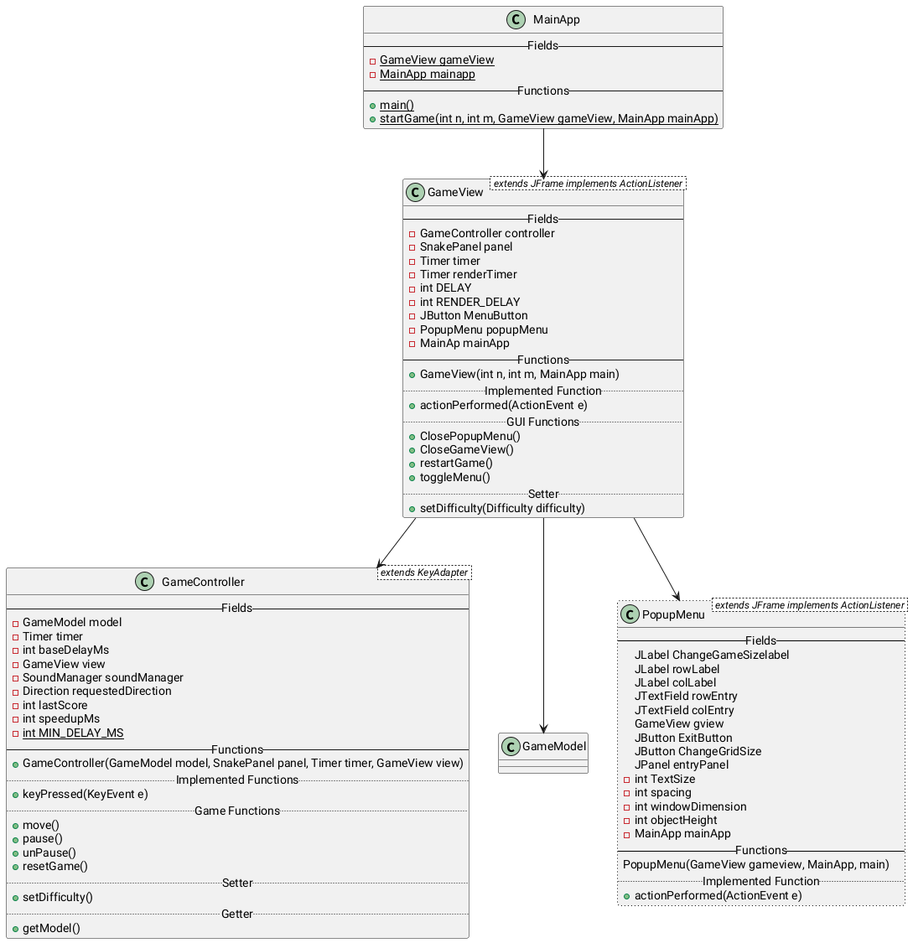
This is ClassDiagram.png from CamerJunker/Snake, a PlantUML export, as it was before one commit.
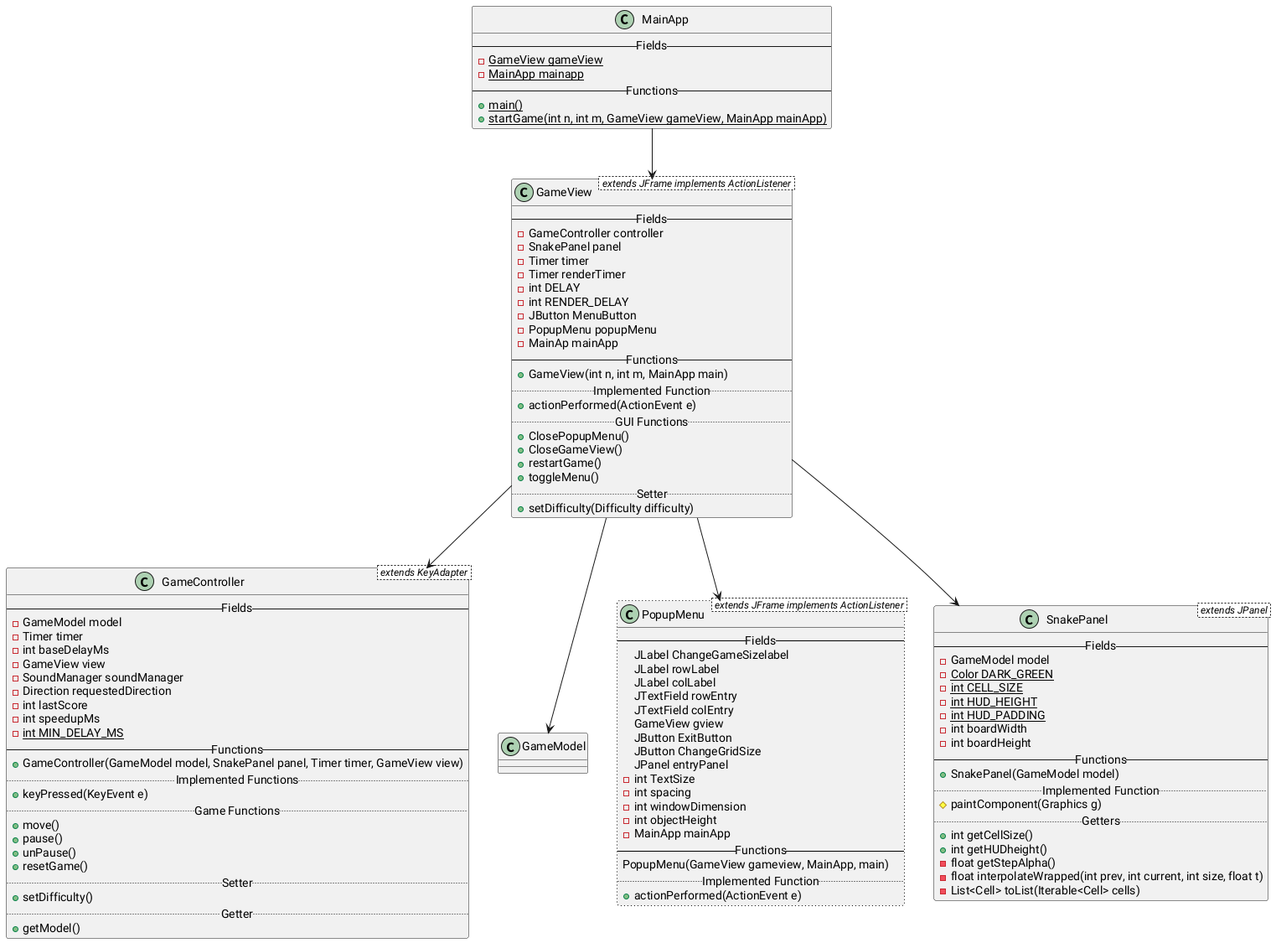
After the change.

Commit message:
Skrevet SnakePanel i ClassDiagram.txt

Diff of the diagram source:
```diff
@@ -3,6 +3,7 @@
 GameView --> GameController
 GameView --> GameModel
 GameView --> PopupMenu
+GameView --> SnakePanel
 
 class MainApp {
     -- Fields --
@@ -85,4 +86,24 @@
     +actionPerformed(ActionEvent e)
 }
 
+class SnakePanel < extends JPanel > {
+    -- Fields --
+    -GameModel model
+    -{static} Color DARK_GREEN
+    -{static} int CELL_SIZE
+    -{static} int HUD_HEIGHT
+    -{static} int HUD_PADDING
+    -int boardWidth
+    -int boardHeight
+    -- Functions --
+    +SnakePanel(GameModel model)
+    .. Implemented Function ..
+    #paintComponent(Graphics g)
+    .. Getters ..
+    +int getCellSize()
+    +int getHUDheight()
+    -float getStepAlpha()
+    -float interpolateWrapped(int prev, int current, int size, float t)
+    -List<Cell> toList(Iterable<Cell> cells)
+}
 @enduml
```
